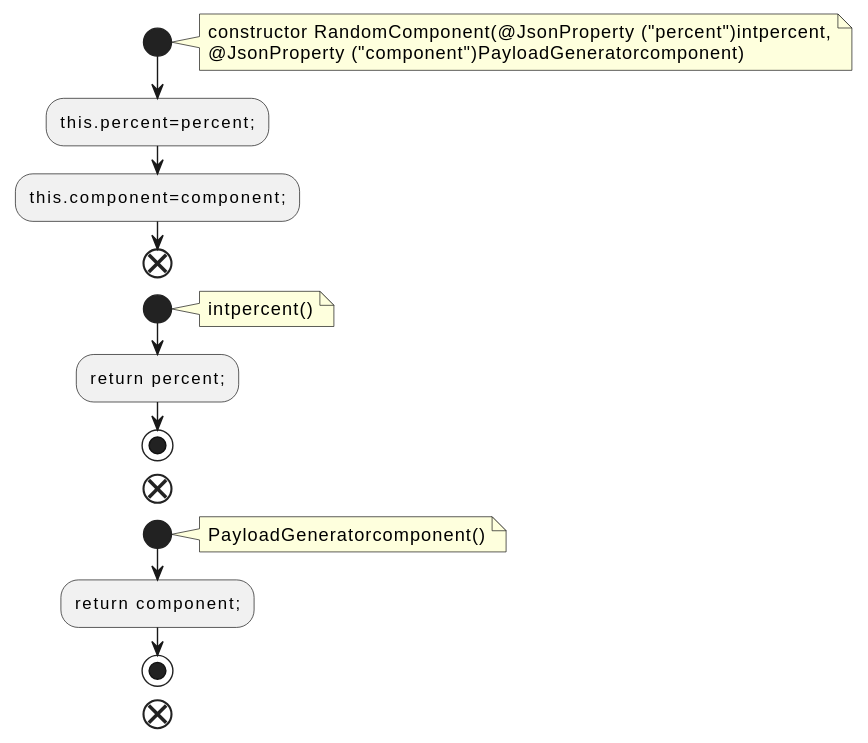
This is docs/qc/trogdor/src/main/java/org/apache/kafka/trogdor/workload/RandomComponent.java.fct.svg from qualitesys/kafka, a PlantUML export, as it was before one commit.
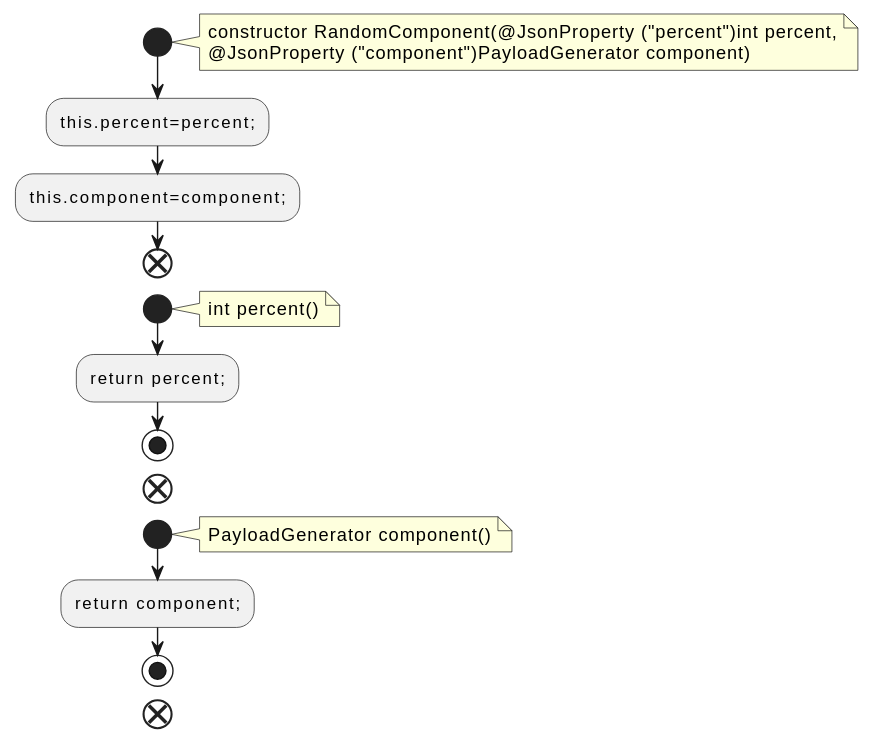
Above is the later version.

Diff of the diagram source:
```diff
@@ -2,22 +2,22 @@
 !pragma layout smetana
 start
 note right
-constructor RandomComponent(@JsonProperty ("percent")intpercent,
-@JsonProperty ("component")PayloadGeneratorcomponent)
+constructor RandomComponent(@JsonProperty ("percent")int percent,
+@JsonProperty ("component")PayloadGenerator component)
 end note
 :this.percent=percent;;
 :this.component=component;;
 end
 start
 note right
-intpercent()
+int percent()
 end note
 :return percent;;
 stop
 end
 start
 note right
-PayloadGeneratorcomponent()
+PayloadGenerator component()
 end note
 :return component;;
 stop
```
